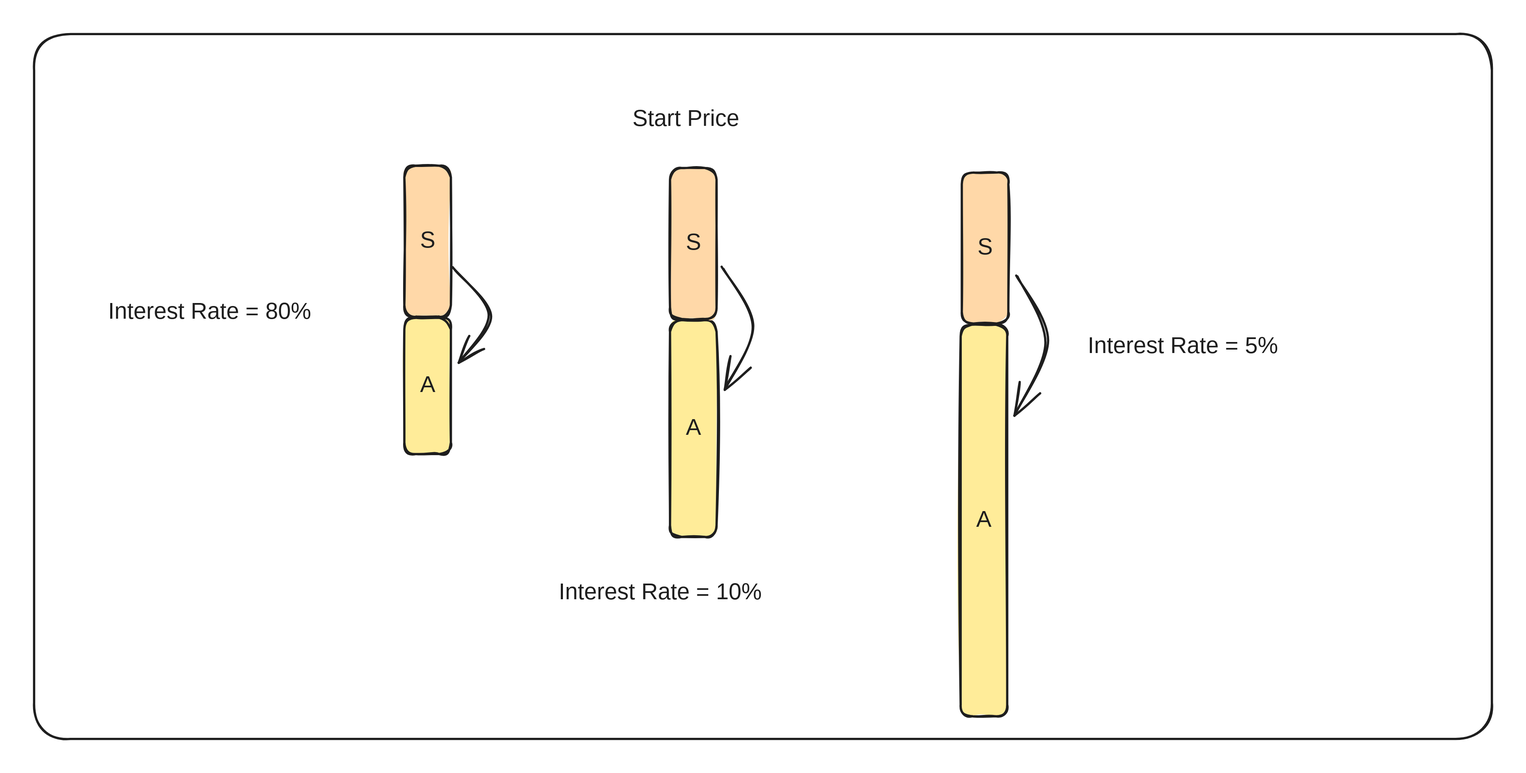
Earlier version of the Excalidraw export .gitbook/assets/file.excalidraw (17).svg (decaswap-labs/docs). Source tidied: one line per element, renumbered; positions are measured from the earlier drawing's top-left corner, leaving out a move shared by most shapes.
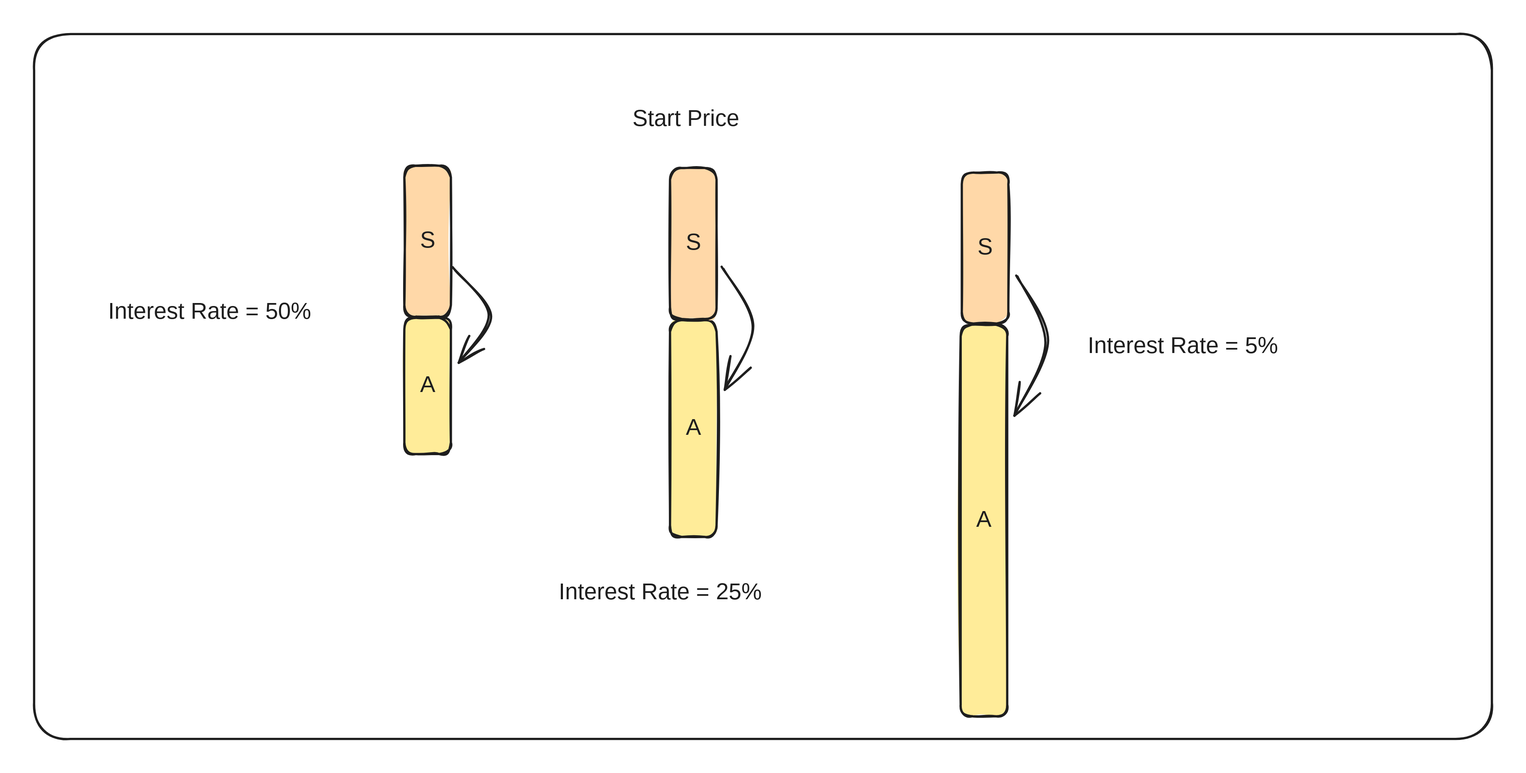
After the change.

Change to the diagram source:
```diff
@@ -11,10 +11,10 @@
 {"id": 10, "type": "text", "text": "A", "strokeColor": "#1e1e1e", "backgroundColor": "#ffec99", "fillStyle": "solid", "strokeWidth": 2, "roughness": 1, "fontSize": 20, "fontFamily": 1, "textAlign": "center", "verticalAlign": "middle", "inside": 9, "x": 340, "y": 298, "width": 13, "height": 25}
 {"id": 11, "type": "rectangle", "strokeColor": "#1e1e1e", "backgroundColor": "#ffd8a8", "fillStyle": "solid", "strokeWidth": 2, "roughness": 1, "round": true, "x": 326, "y": 116, "width": 41, "height": 133}
 {"id": 12, "type": "text", "text": "S", "strokeColor": "#1e1e1e", "backgroundColor": "#ffec99", "fillStyle": "solid", "strokeWidth": 2, "roughness": 1, "fontSize": 20, "fontFamily": 1, "textAlign": "center", "verticalAlign": "middle", "inside": 11, "x": 341, "y": 170, "width": 12, "height": 25}
-{"id": 13, "type": "text", "text": "Interest Rate = 80%", "strokeColor": "#1e1e1e", "backgroundColor": "#e9ecef", "fillStyle": "solid", "strokeWidth": 2, "roughness": 1, "fontSize": 20, "fontFamily": 1, "x": 65, "y": 233, "width": 224, "height": 25}
+{"id": 13, "type": "text", "text": "Interest Rate = 50%", "strokeColor": "#1e1e1e", "backgroundColor": "#e9ecef", "fillStyle": "solid", "strokeWidth": 2, "roughness": 1, "fontSize": 20, "fontFamily": 1, "x": 65, "y": 233, "width": 221, "height": 25}
 {"id": 14, "type": "arrow", "strokeColor": "#1e1e1e", "strokeWidth": 2, "roughness": 1, "endArrowhead": "arrow", "round": true, "from": 11, "to": 9, "x": 369, "y": 206, "width": 32, "height": 84, "points": [[0, 0], [32, 41], [5, 84]]}
 {"id": 15, "type": "arrow", "strokeColor": "#1e1e1e", "strokeWidth": 2, "roughness": 1, "endArrowhead": "arrow", "round": true, "from": 2, "to": 0, "x": 606, "y": 206, "width": 26, "height": 106, "points": [[0, 0], [26, 51], [1, 106]]}
 {"id": 16, "type": "arrow", "strokeColor": "#1e1e1e", "strokeWidth": 2, "roughness": 1, "endArrowhead": "arrow", "round": true, "from": 7, "to": 5, "x": 865, "y": 213, "width": 28, "height": 123, "points": [[0, 0], [26, 59], [-2, 123]]}
-{"id": 17, "type": "text", "text": "Interest Rate = 10%", "strokeColor": "#1e1e1e", "backgroundColor": "#e9ecef", "fillStyle": "solid", "strokeWidth": 2, "roughness": 1, "fontSize": 20, "fontFamily": 1, "x": 462, "y": 480, "width": 214, "height": 25}
+{"id": 17, "type": "text", "text": "Interest Rate = 25%", "strokeColor": "#1e1e1e", "backgroundColor": "#e9ecef", "fillStyle": "solid", "strokeWidth": 2, "roughness": 1, "fontSize": 20, "fontFamily": 1, "x": 462, "y": 480, "width": 221, "height": 25}
 {"id": 18, "type": "text", "text": "Interest Rate = 5%", "strokeColor": "#1e1e1e", "backgroundColor": "#e9ecef", "fillStyle": "solid", "strokeWidth": 2, "roughness": 1, "fontSize": 20, "fontFamily": 1, "x": 928, "y": 263, "width": 207, "height": 25}
 {"id": 19, "type": "rectangle", "strokeColor": "#1e1e1e", "strokeWidth": 2, "roughness": 1, "round": true, "x": 0, "y": 0, "width": 1284, "height": 621}
```
